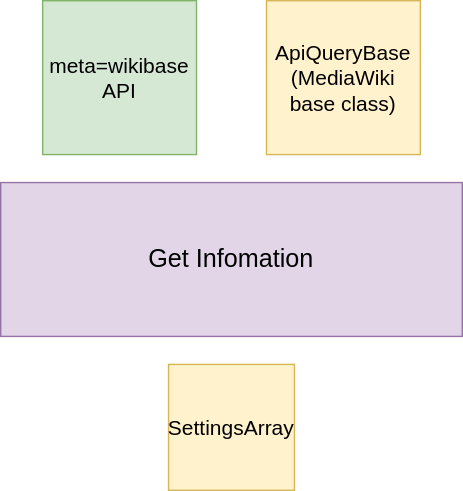
Above: systems/WikibaseClient/diagrams/05-api-metawikibase.drawio.svg in wmde/wikidata-wikibase-architecture (draw.io), before the change. Source tidied: cells renumbered, new cells last; positions are measured from the earlier drawing's top-left corner, leaving out a move shared by most shapes.
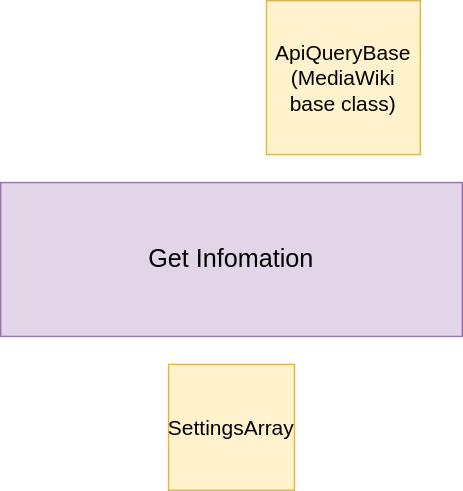
The same file after the commit.

Diff of the diagram source:
```diff
@@ -2,9 +2,6 @@
   <root>
     <mxCell id="0" />
     <mxCell id="1" parent="0" />
-    <mxCell id="2" value="meta=wikibase&lt;br&gt;&amp;nbsp;API" style="whiteSpace=wrap;html=1;fillColor=#d5e8d4;strokeColor=#82b366;fontSize=15;fontStyle=0;" parent="1" vertex="1">
-      <mxGeometry x="30" width="110" height="110" as="geometry" />
-    </mxCell>
     <mxCell id="3" value="&lt;div style=&quot;font-size: 15px&quot;&gt;ApiQueryBase&lt;/div&gt;&lt;div style=&quot;font-size: 15px&quot;&gt;(MediaWiki base class)&lt;br style=&quot;font-size: 15px&quot;&gt;&lt;/div&gt;" style="whiteSpace=wrap;html=1;fillColor=#fff2cc;strokeColor=#d6b656;fontSize=15;fontStyle=0;" parent="1" vertex="1">
       <mxGeometry x="190" width="110" height="110" as="geometry" />
     </mxCell>
```
